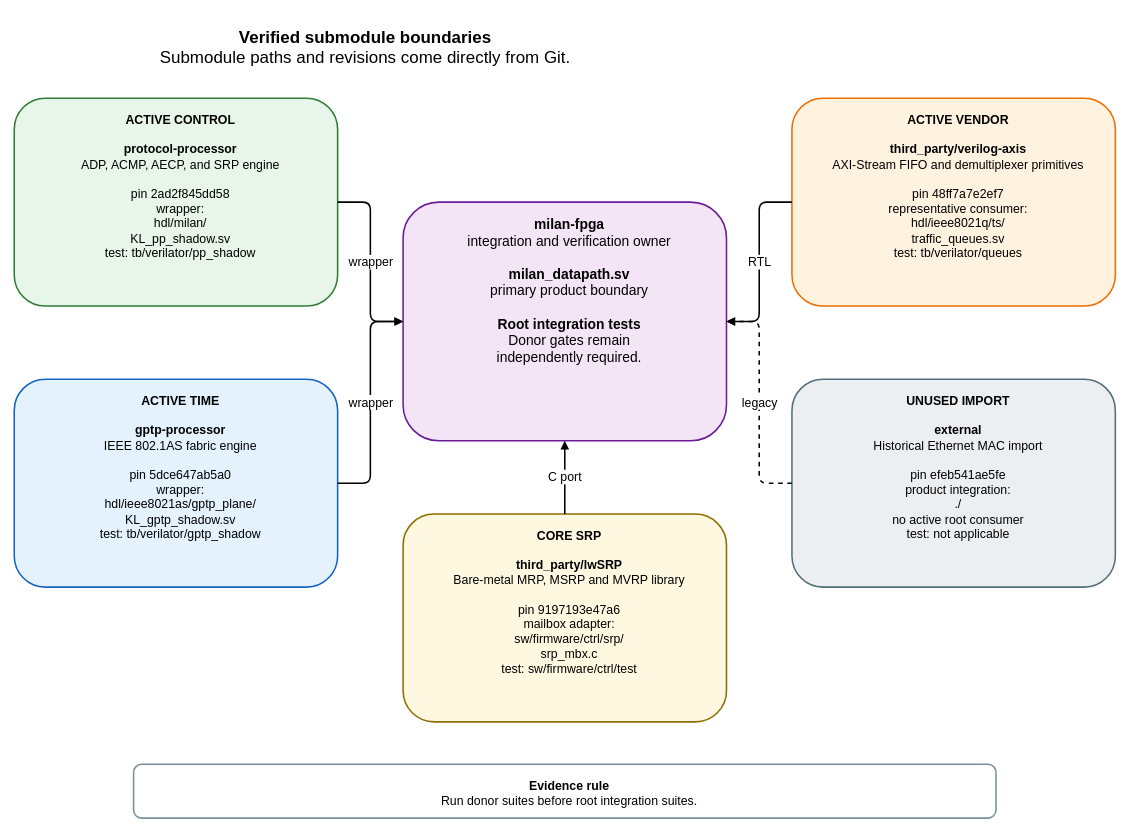
This is docs/diagrams/submodule_boundaries.drawio from kebag-logic/milan-fpga, a draw.io file, before an edit. Source tidied: cells renumbered, new cells numbered last; positions are measured from the earlier drawing's top-left corner, leaving out a move shared by most shapes. Both pictures are drawn from the tidied source at 77%, with x=0, y=0 at pixel (14, 13).
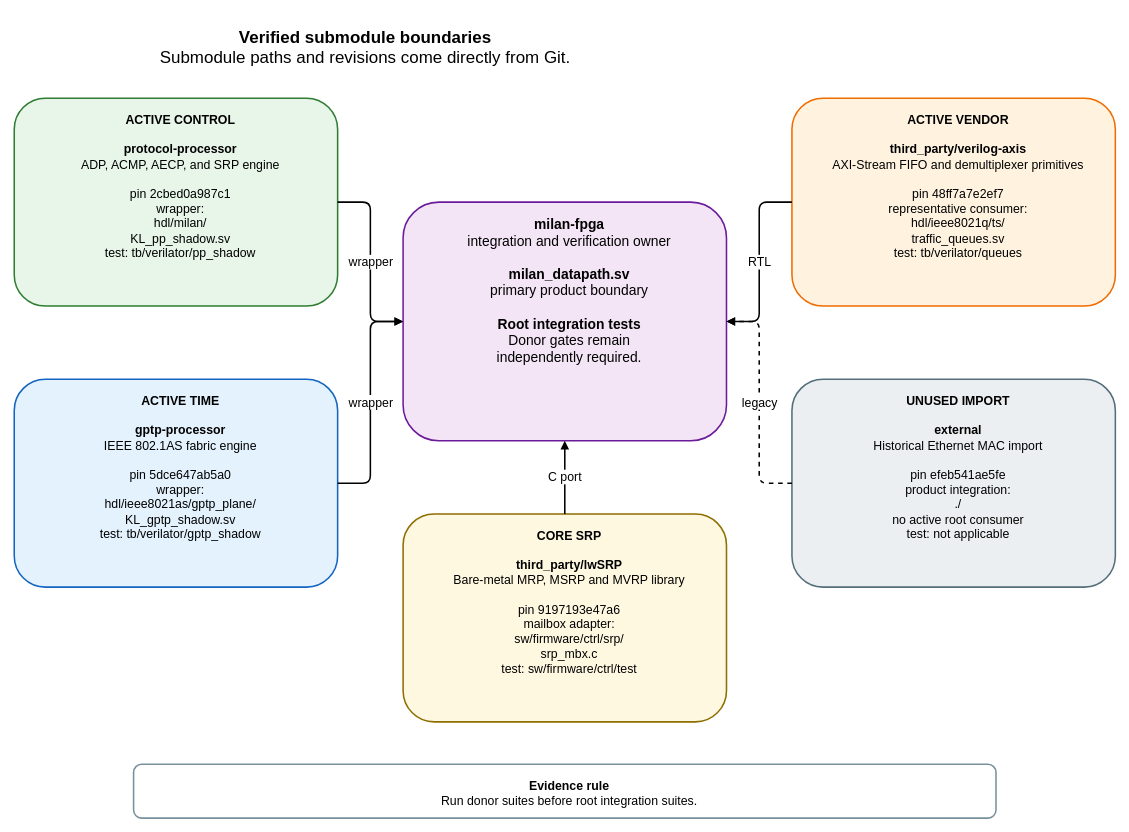
After the change.

Commit message (it also covers changes not shown here):
Re-record the processor pin's ROM digests, pin page, boundary diagram and port census at 2cbed0a9

Diff of the diagram source:
```diff
@@
 <mxGraphModel>
   <root>
     <mxCell id="0" />
     <mxCell id="1" parent="0" />
     <mxCell id="2" value="&lt;b&gt;Verified submodule boundaries&lt;/b&gt;&lt;br&gt;Submodule paths and revisions come directly from Git." style="rounded=1;whiteSpace=wrap;html=1;verticalAlign=top;spacingTop=12;spacingLeft=12;fontSize=22;fontFamily=Helvetica;fillColor=none;strokeColor=none;strokeWidth=2;" parent="1" vertex="1">
       <mxGeometry width="900" height="65" as="geometry" />
     </mxCell>
     <mxCell id="3" value="&lt;b&gt;milan-fpga&lt;/b&gt;&lt;br&gt;integration and verification owner&lt;br&gt;&lt;br&gt;&lt;b&gt;milan_datapath.sv&lt;/b&gt;&lt;br&gt;primary product boundary&lt;br&gt;&lt;br&gt;&lt;b&gt;Root integration tests&lt;/b&gt;&lt;br&gt;Donor gates remain&lt;br&gt;independently required." style="rounded=1;whiteSpace=wrap;html=1;verticalAlign=top;spacingTop=12;spacingLeft=12;fontSize=18;fontFamily=Helvetica;fillColor=#F3E5F5;strokeColor=#6A1B9A;strokeWidth=2;" parent="1" vertex="1">
       <mxGeometry x="505" y="245" width="420" height="310" as="geometry" />
     </mxCell>
-    <mxCell id="4" value="&lt;b&gt;ACTIVE CONTROL&lt;/b&gt;&lt;br&gt;&lt;br&gt;&lt;b&gt;protocol-processor&lt;/b&gt;&lt;br&gt;ADP, ACMP, AECP, and SRP engine&lt;br&gt;&lt;br&gt;pin 2ad2f845dd58&lt;br&gt;wrapper:&lt;br&gt;hdl/milan/&lt;br&gt;KL_pp_shadow.sv&lt;br&gt;test: tb/verilator/pp_shadow" style="rounded=1;whiteSpace=wrap;html=1;verticalAlign=top;spacingTop=12;spacingLeft=12;fontSize=16;fontFamily=Helvetica;fillColor=#E8F5E9;strokeColor=#2E7D32;strokeWidth=2;" parent="1" vertex="1">
+    <mxCell id="4" value="&lt;b&gt;ACTIVE CONTROL&lt;/b&gt;&lt;br&gt;&lt;br&gt;&lt;b&gt;protocol-processor&lt;/b&gt;&lt;br&gt;ADP, ACMP, AECP, and SRP engine&lt;br&gt;&lt;br&gt;pin 2cbed0a987c1&lt;br&gt;wrapper:&lt;br&gt;hdl/milan/&lt;br&gt;KL_pp_shadow.sv&lt;br&gt;test: tb/verilator/pp_shadow" style="rounded=1;whiteSpace=wrap;html=1;verticalAlign=top;spacingTop=12;spacingLeft=12;fontSize=16;fontFamily=Helvetica;fillColor=#E8F5E9;strokeColor=#2E7D32;strokeWidth=2;" parent="1" vertex="1">
       <mxGeometry y="110" width="420" height="270" as="geometry" />
     </mxCell>
     <mxCell id="5" value="&lt;b&gt;ACTIVE TIME&lt;/b&gt;&lt;br&gt;&lt;br&gt;&lt;b&gt;gptp-processor&lt;/b&gt;&lt;br&gt;IEEE 802.1AS fabric engine&lt;br&gt;&lt;br&gt;pin 5dce647ab5a0&lt;br&gt;wrapper:&lt;br&gt;hdl/ieee8021as/gptp_plane/&lt;br&gt;KL_gptp_shadow.sv&lt;br&gt;test: tb/verilator/gptp_shadow" style="rounded=1;whiteSpace=wrap;html=1;verticalAlign=top;spacingTop=12;spacingLeft=12;fontSize=16;fontFamily=Helvetica;fillColor=#E3F2FD;strokeColor=#1565C0;strokeWidth=2;" parent="1" vertex="1">
       <mxGeometry y="475" width="420" height="270" as="geometry" />
     </mxCell>
     <mxCell id="6" value="&lt;b&gt;ACTIVE VENDOR&lt;/b&gt;&lt;br&gt;&lt;br&gt;&lt;b&gt;third_party/verilog-axis&lt;/b&gt;&lt;br&gt;AXI-Stream FIFO and demultiplexer primitives&lt;br&gt;&lt;br&gt;pin 48ff7a7e2ef7&lt;br&gt;representative consumer:&lt;br&gt;hdl/ieee8021q/ts/&lt;br&gt;traffic_queues.sv&lt;br&gt;test: tb/verilator/queues" style="rounded=1;whiteSpace=wrap;html=1;verticalAlign=top;spacingTop=12;spacingLeft=12;fontSize=16;fontFamily=Helvetica;fillColor=#FFF3E0;strokeColor=#EF6C00;strokeWidth=2;" parent="1" vertex="1">
       <mxGeometry x="1010" y="110" width="420" height="270" as="geometry" />
     </mxCell>
     <mxCell id="7" value="&lt;b&gt;UNUSED IMPORT&lt;/b&gt;&lt;br&gt;&lt;br&gt;&lt;b&gt;external&lt;/b&gt;&lt;br&gt;Historical Ethernet MAC import&lt;br&gt;&lt;br&gt;pin efeb541ae5fe&lt;br&gt;product integration:&lt;br&gt;./&lt;br&gt;no active root consumer&lt;br&gt;test: not applicable" style="rounded=1;whiteSpace=wrap;html=1;verticalAlign=top;spacingTop=12;spacingLeft=12;fontSize=16;fontFamily=Helvetica;fillColor=#ECEFF1;strokeColor=#546E7A;strokeWidth=2;" parent="1" vertex="1">
       <mxGeometry x="1010" y="475" width="420" height="270" as="geometry" />
     </mxCell>
     <mxCell id="8" value="&lt;b&gt;CORE SRP&lt;/b&gt;&lt;br&gt;&lt;br&gt;&lt;b&gt;third_party/lwSRP&lt;/b&gt;&lt;br&gt;Bare-metal MRP, MSRP and MVRP library&lt;br&gt;&lt;br&gt;pin 9197193e47a6&lt;br&gt;mailbox adapter:&lt;br&gt;sw/firmware/ctrl/srp/&lt;br&gt;srp_mbx.c&lt;br&gt;test: sw/firmware/ctrl/test" style="rounded=1;whiteSpace=wrap;html=1;verticalAlign=top;spacingTop=12;spacingLeft=12;fontSize=16;fontFamily=Helvetica;fillColor=#FFF8E1;strokeColor=#8D6E00;strokeWidth=2;" parent="1" vertex="1">
       <mxGeometry x="505" y="650" width="420" height="270" as="geometry" />
     </mxCell>
     <mxCell id="9" value="wrapper" style="edgeStyle=orthogonalEdgeStyle;rounded=1;jettySize=auto;html=1;endArrow=block;endFill=1;strokeWidth=2;fontSize=16;fontFamily=Helvetica;labelBackgroundColor=#FFFFFF;" parent="1" edge="1" source="4" target="3">
       <mxGeometry relative="1" as="geometry" />
     </mxCell>
     <mxCell id="10" value="wrapper" style="edgeStyle=orthogonalEdgeStyle;rounded=1;jettySize=auto;html=1;endArrow=block;endFill=1;strokeWidth=2;fontSize=16;fontFamily=Helvetica;labelBackgroundColor=#FFFFFF;" parent="1" edge="1" source="5" target="3">
       <mxGeometry relative="1" as="geometry" />
     </mxCell>
     <mxCell id="11" value="RTL" style="edgeStyle=orthogonalEdgeStyle;rounded=1;jettySize=auto;html=1;endArrow=block;endFill=1;strokeWidth=2;fontSize=16;fontFamily=Helvetica;labelBackgroundColor=#FFFFFF;" parent="1" edge="1" source="6" target="3">
       <mxGeometry relative="1" as="geometry" />
     </mxCell>
     <mxCell id="12" value="legacy" style="edgeStyle=orthogonalEdgeStyle;rounded=1;jettySize=auto;html=1;endArrow=block;endFill=1;strokeWidth=2;fontSize=16;fontFamily=Helvetica;labelBackgroundColor=#FFFFFF;dashed=1;" parent="1" edge="1" source="7" target="3">
       <mxGeometry relative="1" as="geometry" />
     </mxCell>
     <mxCell id="13" value="C port" style="edgeStyle=orthogonalEdgeStyle;rounded=1;jettySize=auto;html=1;endArrow=block;endFill=1;strokeWidth=2;fontSize=16;fontFamily=Helvetica;labelBackgroundColor=#FFFFFF;" parent="1" edge="1" source="8" target="3">
       <mxGeometry relative="1" as="geometry" />
     </mxCell>
     <mxCell id="14" value="&lt;b&gt;Evidence rule&lt;/b&gt;&lt;br&gt;Run donor suites before root integration suites." style="rounded=1;whiteSpace=wrap;html=1;verticalAlign=top;spacingTop=12;spacingLeft=12;fontSize=16;fontFamily=Helvetica;fillColor=#FFFFFF;strokeColor=#78909C;strokeWidth=2;" parent="1" vertex="1">
       <mxGeometry x="155" y="975" width="1120" height="70" as="geometry" />
     </mxCell>
   </root>
 </mxGraphModel>
```
